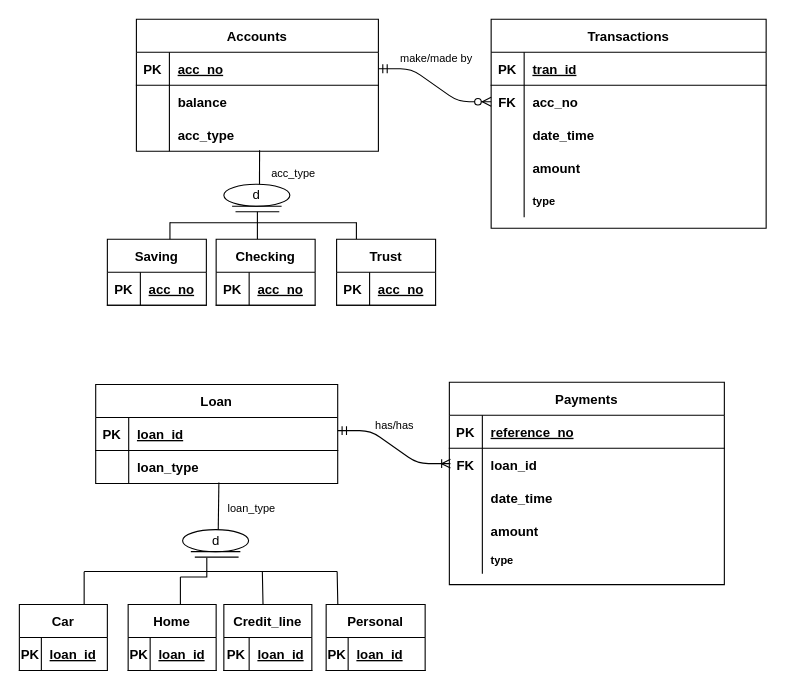
Above: page "Q1-CrowsFoot" (1 of 9) of DBDESIGN-ASS1.drawio in nurezzajeslin/week3 (draw.io), before the change. Source tidied: cells renumbered, new cells numbered last; positions are measured from the earlier drawing's top-left corner, leaving out a move shared by most shapes. Both pictures are drawn from the tidied source at 110%, with x=0, y=0 at pixel (19, 19).
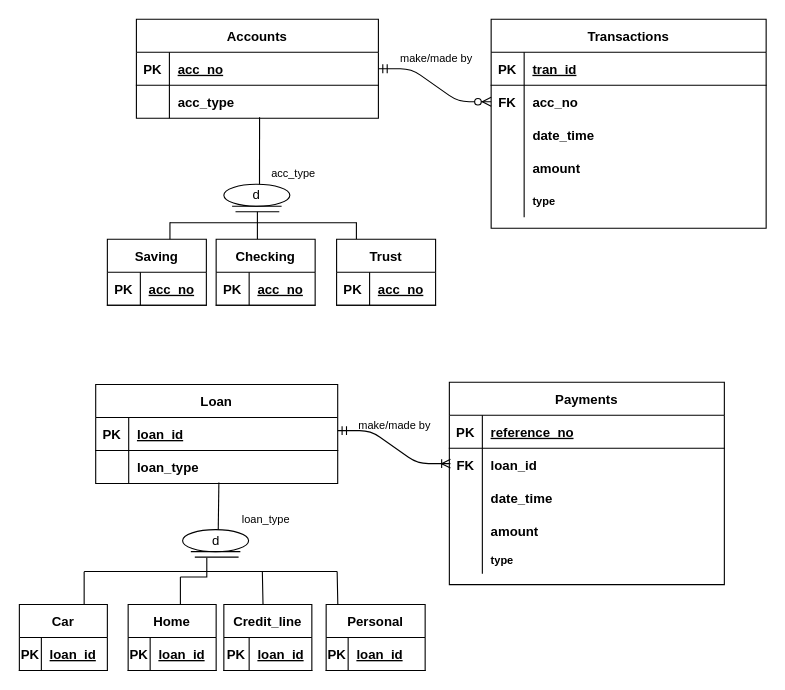
The same diagram, later.

The edit, as a diff of the source:
```diff
@@
     <mxCell id="35" value="Accounts" style="shape=table;startSize=30;childLayout=tableLayout;rowLines=0;fontStyle=1;align=center;" parent="1" vertex="1">
-      <mxGeometry x="106.5" width="220" height="120" as="geometry" />
+      <mxGeometry x="106.5" width="220" height="90" as="geometry" />
     </mxCell>
@@
-    <mxCell id="39" style="shape=partialRectangle;fillColor=none;top=0;left=0;right=0;bottom=0;" parent="35" vertex="1">
-      <mxGeometry y="60" width="220" height="30" as="geometry" />
-    </mxCell>
-    <mxCell id="40" style="shape=partialRectangle;overflow=hidden;fillColor=none;top=0;left=0;bottom=0;right=0;" parent="39" vertex="1">
-      <mxGeometry width="30" height="30" as="geometry" />
-    </mxCell>
-    <mxCell id="41" value="balance" style="shape=partialRectangle;overflow=hidden;fillColor=none;top=0;left=0;bottom=0;right=0;align=left;spacingLeft=6;fontStyle=1;" parent="39" vertex="1">
-      <mxGeometry x="30" width="190" height="30" as="geometry" />
-    </mxCell>
     <mxCell id="42" style="shape=tableRow;horizontal=0;startSize=0;swimlaneHead=0;swimlaneBody=0;fillColor=none;points=[[0,0.5],[1,0.5]];portConstraint=eastwest;top=0;left=0;right=0;bottom=0;" parent="35" vertex="1">
-      <mxGeometry y="90" width="220" height="30" as="geometry" />
+      <mxGeometry y="60" width="220" height="30" as="geometry" />
     </mxCell>
@@
     <mxCell id="63" value="&lt;font style=&quot;font-size: 10px&quot;&gt;loan_type&lt;/font&gt;" style="text;html=1;align=center;verticalAlign=middle;strokeColor=none;fillColor=none;" parent="1" vertex="1">
-      <mxGeometry x="181" y="434" width="60" height="20" as="geometry" />
+      <mxGeometry x="194" y="444" width="60" height="20" as="geometry" />
     </mxCell>
@@
-    <mxCell id="71" value="&lt;font style=&quot;font-size: 10px&quot;&gt;has/has&lt;/font&gt;" style="text;html=1;align=center;verticalAlign=middle;strokeColor=none;fillColor=none;fontSize=6;" parent="1" vertex="1">
-      <mxGeometry x="316" y="364" width="50" height="10" as="geometry" />
+    <mxCell id="71" value="&lt;font style=&quot;font-size: 10px&quot;&gt;make/made by&lt;/font&gt;" style="text;html=1;align=center;verticalAlign=middle;strokeColor=none;fillColor=none;fontSize=6;" parent="1" vertex="1">
+      <mxGeometry x="301" y="364" width="80" height="10" as="geometry" />
     </mxCell>
```
